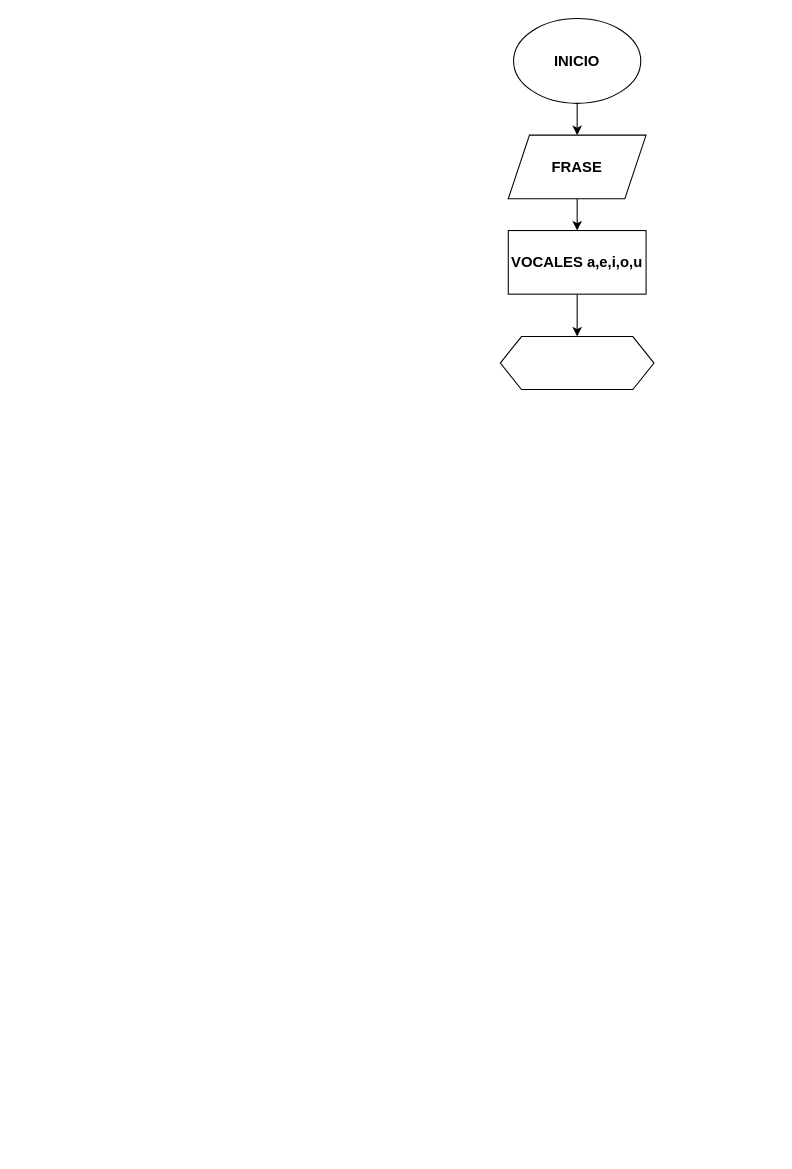
The draw.io diagram Ej_3/diagrama.drawio in andrespinillacolegioguanenta/for_1, before the edit. Source tidied: cells renumbered, new cells numbered last; positions are measured from the earlier drawing's top-left corner, leaving out a move shared by most shapes. Both pictures are drawn from the tidied source at 106%, with x=0, y=0 at pixel (500, 18).
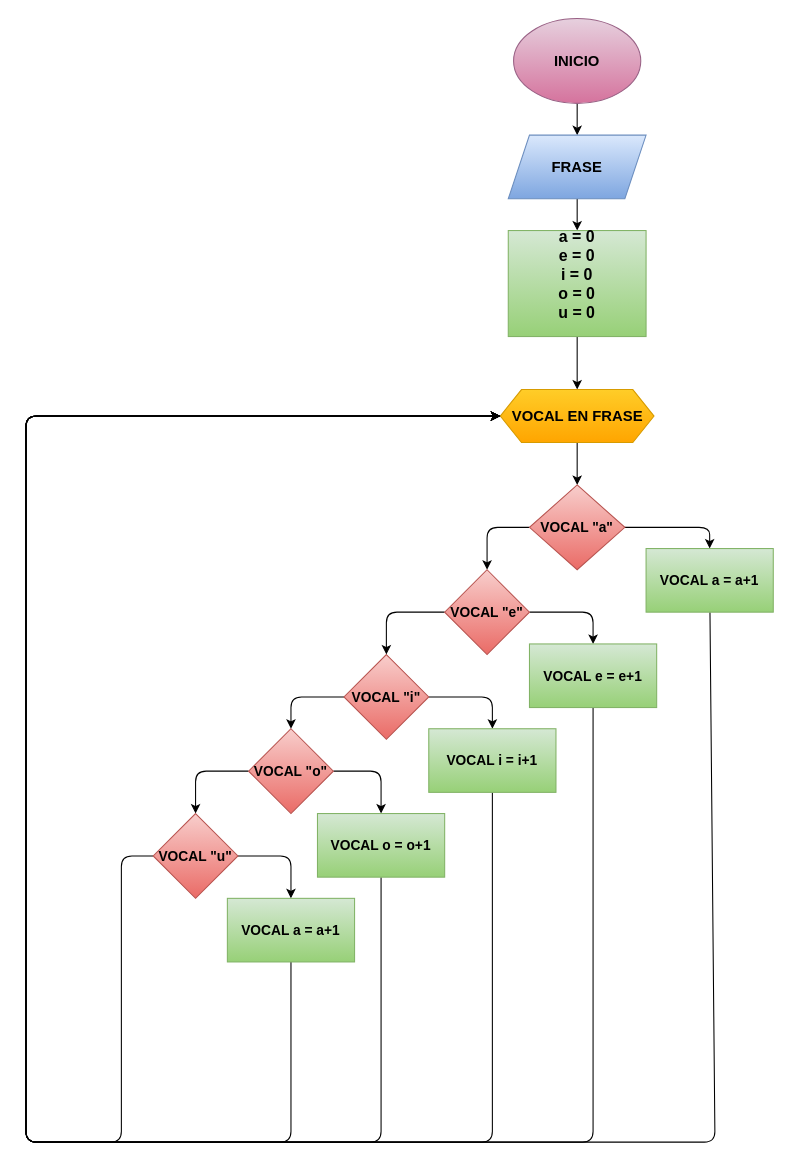
Above is the later version.

The edit, as a diff of the source:
```diff
@@
-    <mxCell id="3" value="&lt;b&gt;&lt;font style=&quot;font-size: 14px;&quot;&gt;INICIO&lt;/font&gt;&lt;/b&gt;" style="ellipse;whiteSpace=wrap;html=1;" parent="1" vertex="1">
+    <mxCell id="3" value="&lt;b&gt;&lt;font style=&quot;font-size: 14px; color: rgb(0, 0, 0);&quot;&gt;INICIO&lt;/font&gt;&lt;/b&gt;" style="ellipse;whiteSpace=wrap;html=1;fillColor=#e6d0de;gradientColor=#d5739d;strokeColor=#996185;" parent="1" vertex="1">
       <mxGeometry x="12" width="120" height="80" as="geometry" />
     </mxCell>
@@
-    <mxCell id="5" value="&lt;b&gt;&lt;font style=&quot;font-size: 14px;&quot;&gt;FRASE&lt;/font&gt;&lt;/b&gt;" style="shape=parallelogram;perimeter=parallelogramPerimeter;whiteSpace=wrap;html=1;fixedSize=1;" parent="1" vertex="1">
+    <mxCell id="5" value="&lt;b&gt;&lt;font style=&quot;font-size: 14px; color: rgb(0, 0, 0);&quot;&gt;FRASE&lt;/font&gt;&lt;/b&gt;" style="shape=parallelogram;perimeter=parallelogramPerimeter;whiteSpace=wrap;html=1;fixedSize=1;fillColor=#dae8fc;gradientColor=#7ea6e0;strokeColor=#6c8ebf;" parent="1" vertex="1">
       <mxGeometry x="7" y="110" width="130" height="60" as="geometry" />
     </mxCell>
@@
-    <mxCell id="7" value="&lt;b&gt;&lt;font style=&quot;font-size: 14px; color: rgb(0, 0, 0);&quot;&gt;VOCALES&amp;nbsp;&lt;span style=&quot;background-color: transparent;&quot;&gt;a,e,i,o,u&lt;/span&gt;&lt;/font&gt;&lt;/b&gt;" style="rounded=0;whiteSpace=wrap;html=1;" parent="1" vertex="1">
-      <mxGeometry x="7" y="200" width="130" height="60" as="geometry" />
+    <mxCell id="7" value="&lt;font style=&quot;font-size: 15px; color: rgb(0, 0, 0);&quot;&gt;&lt;b style=&quot;&quot;&gt;a = 0&lt;/b&gt;&lt;/font&gt;&lt;div&gt;&lt;font style=&quot;font-size: 15px; color: rgb(0, 0, 0);&quot;&gt;&lt;b&gt;e = 0&lt;/b&gt;&lt;/font&gt;&lt;/div&gt;&lt;div&gt;&lt;font style=&quot;font-size: 15px; color: rgb(0, 0, 0);&quot;&gt;&lt;b&gt;i = 0&lt;/b&gt;&lt;/font&gt;&lt;/div&gt;&lt;div&gt;&lt;font style=&quot;font-size: 15px; color: rgb(0, 0, 0);&quot;&gt;&lt;b&gt;o = 0&lt;/b&gt;&lt;/font&gt;&lt;/div&gt;&lt;div&gt;&lt;font style=&quot;font-size: 15px; color: rgb(0, 0, 0);&quot;&gt;&lt;b&gt;u = 0&lt;/b&gt;&lt;/font&gt;&lt;/div&gt;&lt;div&gt;&lt;span style=&quot;font-size: 14px;&quot;&gt;&lt;b&gt;&lt;br&gt;&lt;/b&gt;&lt;/span&gt;&lt;/div&gt;" style="rounded=0;whiteSpace=wrap;html=1;fillColor=#d5e8d4;gradientColor=#97d077;strokeColor=#82b366;" parent="1" vertex="1">
+      <mxGeometry x="7" y="200" width="130" height="100" as="geometry" />
     </mxCell>
+    <mxCell id="9" style="edgeStyle=none;html=1;" parent="1" edge="1" source="8" target="12">
+      <mxGeometry relative="1" as="geometry" />
+    </mxCell>
-    <mxCell id="8" style="shape=hexagon;perimeter=hexagonPerimeter2;whiteSpace=wrap;html=1;fixedSize=1;" parent="1" vertex="1">
-      <mxGeometry x="-0.5" y="300" width="145" height="50" as="geometry" />
+    <mxCell id="8" value="&lt;span style=&quot;font-size: 14px;&quot;&gt;&lt;b&gt;&lt;font style=&quot;color: rgb(0, 0, 0);&quot;&gt;VOCAL EN FRASE&lt;/font&gt;&lt;/b&gt;&lt;/span&gt;" style="shape=hexagon;perimeter=hexagonPerimeter2;whiteSpace=wrap;html=1;fixedSize=1;fillColor=#ffcd28;gradientColor=#ffa500;strokeColor=#d79b00;" parent="1" vertex="1">
+      <mxGeometry x="-0.5" y="350" width="145" height="50" as="geometry" />
     </mxCell>
+    <mxCell id="10" style="edgeStyle=none;html=1;entryX=0.5;entryY=0;entryDx=0;entryDy=0;" parent="1" edge="1" source="12" target="21">
+      <mxGeometry relative="1" as="geometry">
+        <Array as="points">
+          <mxPoint x="-13" y="480" />
+        </Array>
+      </mxGeometry>
+    </mxCell>
+    <mxCell id="11" style="edgeStyle=none;html=1;entryX=0.5;entryY=0;entryDx=0;entryDy=0;" parent="1" edge="1" source="12" target="26">
+      <mxGeometry relative="1" as="geometry">
+        <Array as="points">
+          <mxPoint x="197" y="480" />
+        </Array>
+      </mxGeometry>
+    </mxCell>
+    <mxCell id="12" value="&lt;b&gt;&lt;font style=&quot;font-size: 13px; color: rgb(0, 0, 0);&quot;&gt;VOCAL &quot;a&quot;&lt;/font&gt;&lt;/b&gt;" style="rhombus;whiteSpace=wrap;html=1;fillColor=#f8cecc;gradientColor=#ea6b66;strokeColor=#b85450;" parent="1" vertex="1">
+      <mxGeometry x="27" y="440" width="90" height="80" as="geometry" />
+    </mxCell>
+    <mxCell id="13" style="edgeStyle=none;html=1;entryX=0.5;entryY=0;entryDx=0;entryDy=0;" parent="1" edge="1" source="15" target="24">
+      <mxGeometry relative="1" as="geometry">
+        <Array as="points">
+          <mxPoint x="-288" y="710" />
+        </Array>
+      </mxGeometry>
+    </mxCell>
+    <mxCell id="14" style="edgeStyle=none;html=1;entryX=0.5;entryY=0;entryDx=0;entryDy=0;" parent="1" edge="1" source="15" target="32">
+      <mxGeometry relative="1" as="geometry">
+        <Array as="points">
+          <mxPoint x="-113" y="710" />
+        </Array>
+      </mxGeometry>
+    </mxCell>
+    <mxCell id="15" value="&lt;b style=&quot;scrollbar-color: rgb(226, 226, 226) rgb(251, 251, 251);&quot;&gt;&lt;font style=&quot;scrollbar-color: rgb(226, 226, 226) rgb(251, 251, 251); font-size: 13px; color: rgb(0, 0, 0);&quot;&gt;VOCAL &quot;o&quot;&lt;/font&gt;&lt;/b&gt;" style="rhombus;whiteSpace=wrap;html=1;fillColor=#f8cecc;gradientColor=#ea6b66;strokeColor=#b85450;" parent="1" vertex="1">
+      <mxGeometry x="-238" y="670" width="80" height="80" as="geometry" />
+    </mxCell>
+    <mxCell id="16" style="edgeStyle=none;html=1;entryX=0.5;entryY=0;entryDx=0;entryDy=0;" parent="1" edge="1" source="18" target="15">
+      <mxGeometry relative="1" as="geometry">
+        <Array as="points">
+          <mxPoint x="-198" y="640" />
+        </Array>
+      </mxGeometry>
+    </mxCell>
+    <mxCell id="17" style="edgeStyle=none;html=1;entryX=0.5;entryY=0;entryDx=0;entryDy=0;" parent="1" edge="1" source="18" target="30">
+      <mxGeometry relative="1" as="geometry">
+        <Array as="points">
+          <mxPoint x="-8" y="640" />
+        </Array>
+      </mxGeometry>
+    </mxCell>
+    <mxCell id="18" value="&lt;b style=&quot;scrollbar-color: rgb(226, 226, 226) rgb(251, 251, 251);&quot;&gt;&lt;font style=&quot;scrollbar-color: rgb(226, 226, 226) rgb(251, 251, 251); font-size: 13px; color: rgb(0, 0, 0);&quot;&gt;VOCAL &quot;i&quot;&lt;/font&gt;&lt;/b&gt;" style="rhombus;whiteSpace=wrap;html=1;fillColor=#f8cecc;gradientColor=#ea6b66;strokeColor=#b85450;" parent="1" vertex="1">
+      <mxGeometry x="-148" y="600" width="80" height="80" as="geometry" />
+    </mxCell>
+    <mxCell id="19" style="edgeStyle=none;html=1;entryX=0.5;entryY=0;entryDx=0;entryDy=0;" parent="1" edge="1" source="21" target="18">
+      <mxGeometry relative="1" as="geometry">
+        <Array as="points">
+          <mxPoint x="-108" y="560" />
+        </Array>
+      </mxGeometry>
+    </mxCell>
+    <mxCell id="20" style="edgeStyle=none;html=1;entryX=0.5;entryY=0;entryDx=0;entryDy=0;" parent="1" edge="1" source="21" target="28">
+      <mxGeometry relative="1" as="geometry">
+        <Array as="points">
+          <mxPoint x="87" y="560" />
+        </Array>
+      </mxGeometry>
+    </mxCell>
+    <mxCell id="21" value="&lt;b style=&quot;scrollbar-color: rgb(226, 226, 226) rgb(251, 251, 251);&quot;&gt;&lt;font style=&quot;scrollbar-color: rgb(226, 226, 226) rgb(251, 251, 251); font-size: 13px; color: rgb(0, 0, 0);&quot;&gt;VOCAL &quot;e&quot;&lt;/font&gt;&lt;/b&gt;" style="rhombus;whiteSpace=wrap;html=1;fillColor=#f8cecc;gradientColor=#ea6b66;strokeColor=#b85450;" parent="1" vertex="1">
+      <mxGeometry x="-53" y="520" width="80" height="80" as="geometry" />
+    </mxCell>
+    <mxCell id="22" style="edgeStyle=none;html=1;entryX=0.5;entryY=0;entryDx=0;entryDy=0;" parent="1" edge="1" source="24" target="34">
+      <mxGeometry relative="1" as="geometry">
+        <Array as="points">
+          <mxPoint x="-198" y="790" />
+        </Array>
+      </mxGeometry>
+    </mxCell>
+    <mxCell id="23" style="edgeStyle=none;html=1;entryX=0;entryY=0.5;entryDx=0;entryDy=0;" parent="1" edge="1" source="24" target="8">
+      <mxGeometry relative="1" as="geometry">
+        <Array as="points">
+          <mxPoint x="-358" y="790" />
+          <mxPoint x="-358" y="1060" />
+          <mxPoint x="-448" y="1060" />
+          <mxPoint x="-448" y="375" />
+        </Array>
+      </mxGeometry>
+    </mxCell>
+    <mxCell id="24" value="&lt;b style=&quot;scrollbar-color: rgb(226, 226, 226) rgb(251, 251, 251);&quot;&gt;&lt;font style=&quot;scrollbar-color: rgb(226, 226, 226) rgb(251, 251, 251); font-size: 13px; color: rgb(0, 0, 0);&quot;&gt;VOCAL &quot;u&quot;&lt;/font&gt;&lt;/b&gt;" style="rhombus;whiteSpace=wrap;html=1;fillColor=#f8cecc;gradientColor=#ea6b66;strokeColor=#b85450;" parent="1" vertex="1">
+      <mxGeometry x="-328" y="750" width="80" height="80" as="geometry" />
+    </mxCell>
+    <mxCell id="25" style="edgeStyle=none;html=1;entryX=0;entryY=0.5;entryDx=0;entryDy=0;" parent="1" edge="1" source="26" target="8">
+      <mxGeometry relative="1" as="geometry">
+        <Array as="points">
+          <mxPoint x="202" y="1060" />
+          <mxPoint x="-68" y="1060" />
+          <mxPoint x="-448" y="1060" />
+          <mxPoint x="-448" y="375" />
+        </Array>
+      </mxGeometry>
+    </mxCell>
+    <mxCell id="26" value="&lt;b&gt;&lt;font style=&quot;font-size: 13px; color: rgb(0, 0, 0);&quot;&gt;VOCAL a = a+1&lt;/font&gt;&lt;/b&gt;" style="rounded=0;whiteSpace=wrap;html=1;fillColor=#d5e8d4;gradientColor=#97d077;strokeColor=#82b366;" parent="1" vertex="1">
+      <mxGeometry x="137" y="500" width="120" height="60" as="geometry" />
+    </mxCell>
+    <mxCell id="27" style="edgeStyle=none;html=1;entryX=0;entryY=0.5;entryDx=0;entryDy=0;" parent="1" edge="1" source="28" target="8">
+      <mxGeometry relative="1" as="geometry">
+        <Array as="points">
+          <mxPoint x="87" y="1060" />
+          <mxPoint x="-188" y="1060" />
+          <mxPoint x="-448" y="1060" />
+          <mxPoint x="-448" y="375" />
+        </Array>
+      </mxGeometry>
+    </mxCell>
+    <mxCell id="28" value="&lt;b&gt;&lt;font style=&quot;font-size: 13px; color: rgb(0, 0, 0);&quot;&gt;VOCAL e = e+1&lt;/font&gt;&lt;/b&gt;" style="rounded=0;whiteSpace=wrap;html=1;fillColor=#d5e8d4;gradientColor=#97d077;strokeColor=#82b366;" parent="1" vertex="1">
+      <mxGeometry x="27" y="590" width="120" height="60" as="geometry" />
+    </mxCell>
+    <mxCell id="29" style="edgeStyle=none;html=1;entryX=0;entryY=0.5;entryDx=0;entryDy=0;" parent="1" edge="1" source="30" target="8">
+      <mxGeometry relative="1" as="geometry">
+        <Array as="points">
+          <mxPoint x="-8" y="1060" />
+          <mxPoint x="-198" y="1060" />
+          <mxPoint x="-448" y="1060" />
+          <mxPoint x="-448" y="375" />
+        </Array>
+      </mxGeometry>
+    </mxCell>
+    <mxCell id="30" value="&lt;b&gt;&lt;font style=&quot;font-size: 13px; color: rgb(0, 0, 0);&quot;&gt;VOCAL i = i+1&lt;/font&gt;&lt;/b&gt;" style="rounded=0;whiteSpace=wrap;html=1;fillColor=#d5e8d4;gradientColor=#97d077;strokeColor=#82b366;" parent="1" vertex="1">
+      <mxGeometry x="-68" y="670" width="120" height="60" as="geometry" />
+    </mxCell>
+    <mxCell id="31" style="edgeStyle=none;html=1;entryX=0;entryY=0.5;entryDx=0;entryDy=0;" parent="1" edge="1" source="32" target="8">
+      <mxGeometry relative="1" as="geometry">
+        <Array as="points">
+          <mxPoint x="-113" y="1060" />
+          <mxPoint x="-448" y="1060" />
+          <mxPoint x="-448" y="375" />
+        </Array>
+      </mxGeometry>
+    </mxCell>
+    <mxCell id="32" value="&lt;b&gt;&lt;font style=&quot;font-size: 13px; color: rgb(0, 0, 0);&quot;&gt;VOCAL o = o+1&lt;/font&gt;&lt;/b&gt;" style="rounded=0;whiteSpace=wrap;html=1;fillColor=#d5e8d4;gradientColor=#97d077;strokeColor=#82b366;" parent="1" vertex="1">
+      <mxGeometry x="-173" y="750" width="120" height="60" as="geometry" />
+    </mxCell>
+    <mxCell id="33" style="edgeStyle=none;html=1;entryX=0;entryY=0.5;entryDx=0;entryDy=0;" parent="1" edge="1" source="34" target="8">
+      <mxGeometry relative="1" as="geometry">
+        <Array as="points">
+          <mxPoint x="-198" y="1060" />
+          <mxPoint x="-448" y="1060" />
+          <mxPoint x="-448" y="375" />
+        </Array>
+      </mxGeometry>
+    </mxCell>
+    <mxCell id="34" value="&lt;b&gt;&lt;font style=&quot;font-size: 13px; color: rgb(0, 0, 0);&quot;&gt;VOCAL a = a+1&lt;/font&gt;&lt;/b&gt;" style="rounded=0;whiteSpace=wrap;html=1;fillColor=#d5e8d4;gradientColor=#97d077;strokeColor=#82b366;" parent="1" vertex="1">
+      <mxGeometry x="-258" y="830" width="120" height="60" as="geometry" />
+    </mxCell>
```
